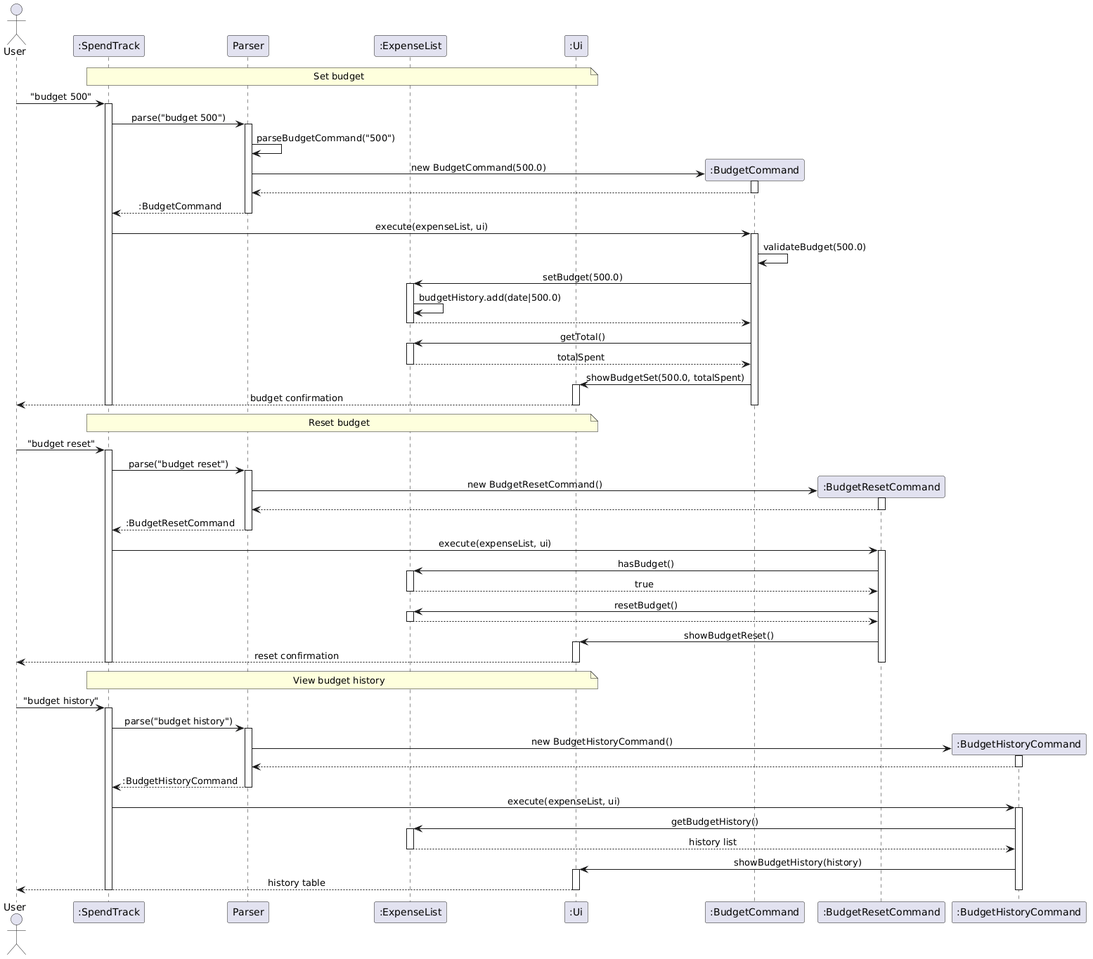
Before: docs/images/BudgetCommandSequence.png, a diagram exported from PlantUML (AbhijitBalajee/tp).
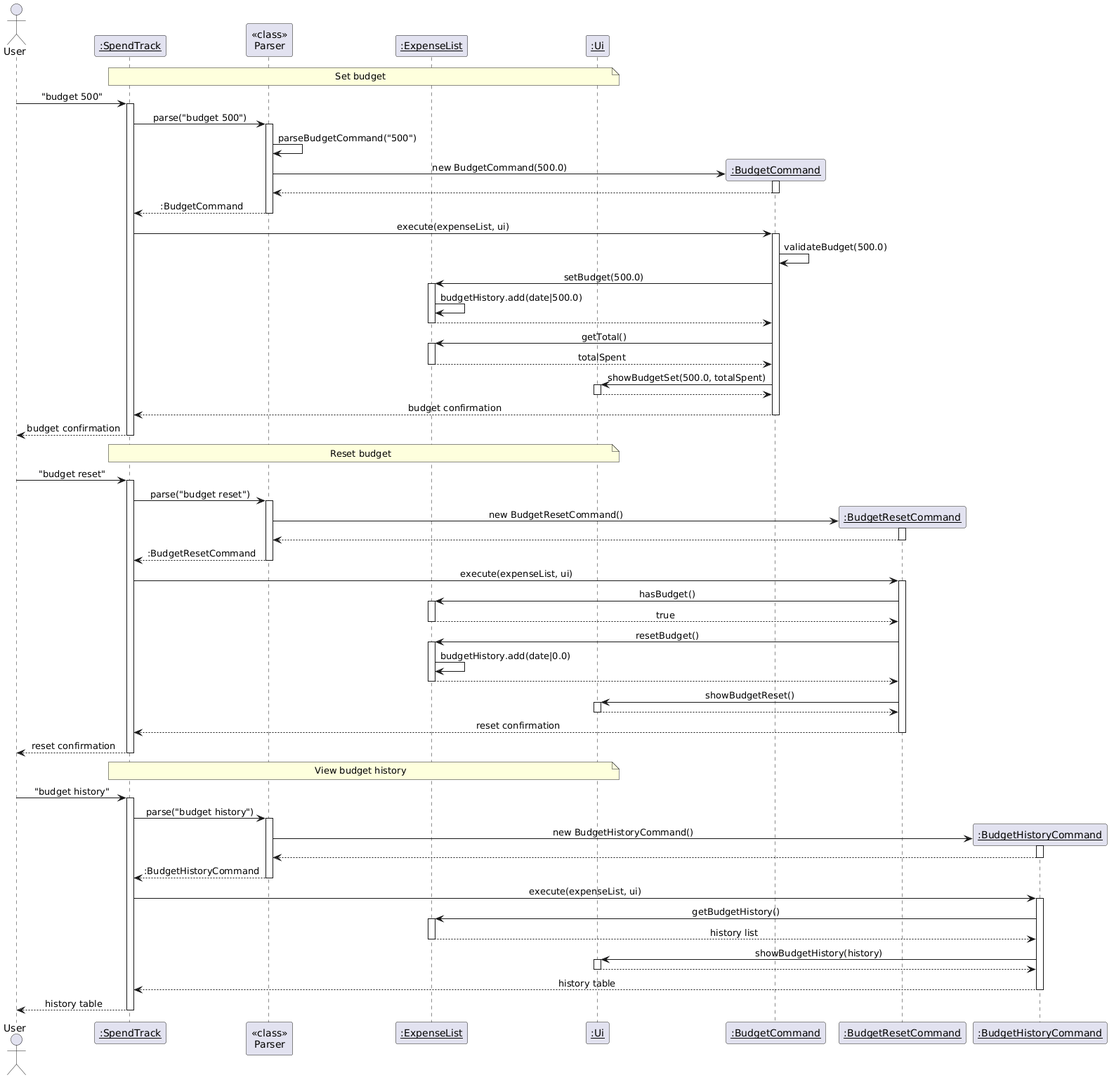
The same diagram one commit later.

Commit message:
docs: add budgetcommandsequence diagram

Diff of the diagram source:
```diff
@@ -4,10 +4,10 @@
 skinparam sequenceMessageAlign center
 
 actor User
-participant ":SpendTrack" as ST
-participant "Parser" as P
-participant ":ExpenseList" as EL
-participant ":Ui" as UI
+participant "<u>:SpendTrack</u>" as ST
+participant "<<class>>\nParser" as P
+participant "<u>:ExpenseList</u>" as EL
+participant "<u>:Ui</u>" as UI
 
 note over ST, UI : Set budget
 
@@ -17,7 +17,7 @@
 activate P
 P -> P : parseBudgetCommand("500")
 
-create participant ":BudgetCommand" as BC
+create participant "<u>:BudgetCommand</u>" as BC
 P -> BC : new BudgetCommand(500.0)
 activate BC
 BC --> P
@@ -40,9 +40,11 @@
 deactivate EL
 BC -> UI : showBudgetSet(500.0, totalSpent)
 activate UI
-UI --> User : budget confirmation
+UI --> BC
 deactivate UI
+BC --> ST : budget confirmation
 deactivate BC
+ST --> User : budget confirmation
 deactivate ST
 
 note over ST, UI : Reset budget
@@ -52,7 +54,7 @@
 ST -> P : parse("budget reset")
 activate P
 
-create participant ":BudgetResetCommand" as BRC
+create participant "<u>:BudgetResetCommand</u>" as BRC
 P -> BRC : new BudgetResetCommand()
 activate BRC
 BRC --> P
@@ -69,13 +71,16 @@
 deactivate EL
 BRC -> EL : resetBudget()
 activate EL
+EL -> EL : budgetHistory.add(date|0.0)
 EL --> BRC
 deactivate EL
 BRC -> UI : showBudgetReset()
 activate UI
-UI --> User : reset confirmation
+UI --> BRC
 deactivate UI
+BRC --> ST : reset confirmation
 deactivate BRC
+ST --> User : reset confirmation
 deactivate ST
 
 note over ST, UI : View budget history
@@ -85,7 +90,7 @@
 ST -> P : parse("budget history")
 activate P
 
-create participant ":BudgetHistoryCommand" as BHC
+create participant "<u>:BudgetHistoryCommand</u>" as BHC
 P -> BHC : new BudgetHistoryCommand()
 activate BHC
 BHC --> P
@@ -102,8 +107,10 @@
 deactivate EL
 BHC -> UI : showBudgetHistory(history)
 activate UI
-UI --> User : history table
+UI --> BHC
 deactivate UI
+BHC --> ST : history table
 deactivate BHC
+ST --> User : history table
 deactivate ST
 @enduml
```
